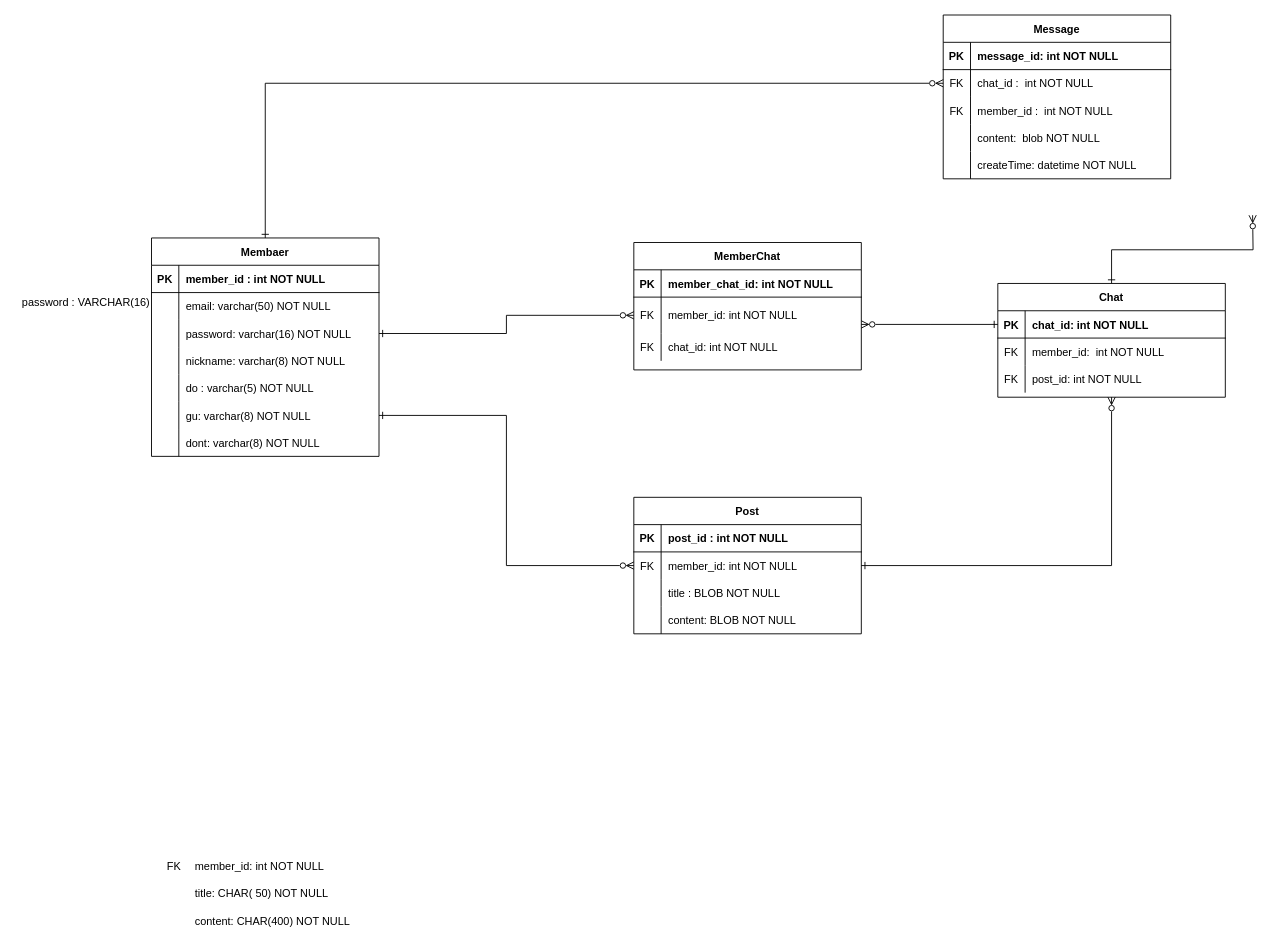
Above: ERD.drawio in rlagudtn/Share (draw.io), before the change. Source tidied: cells renumbered, new cells numbered last; positions are measured from the earlier drawing's top-left corner, leaving out a move shared by most shapes. Both pictures are drawn from the tidied source at 91%, with x=0, y=0 at pixel (15, 15).
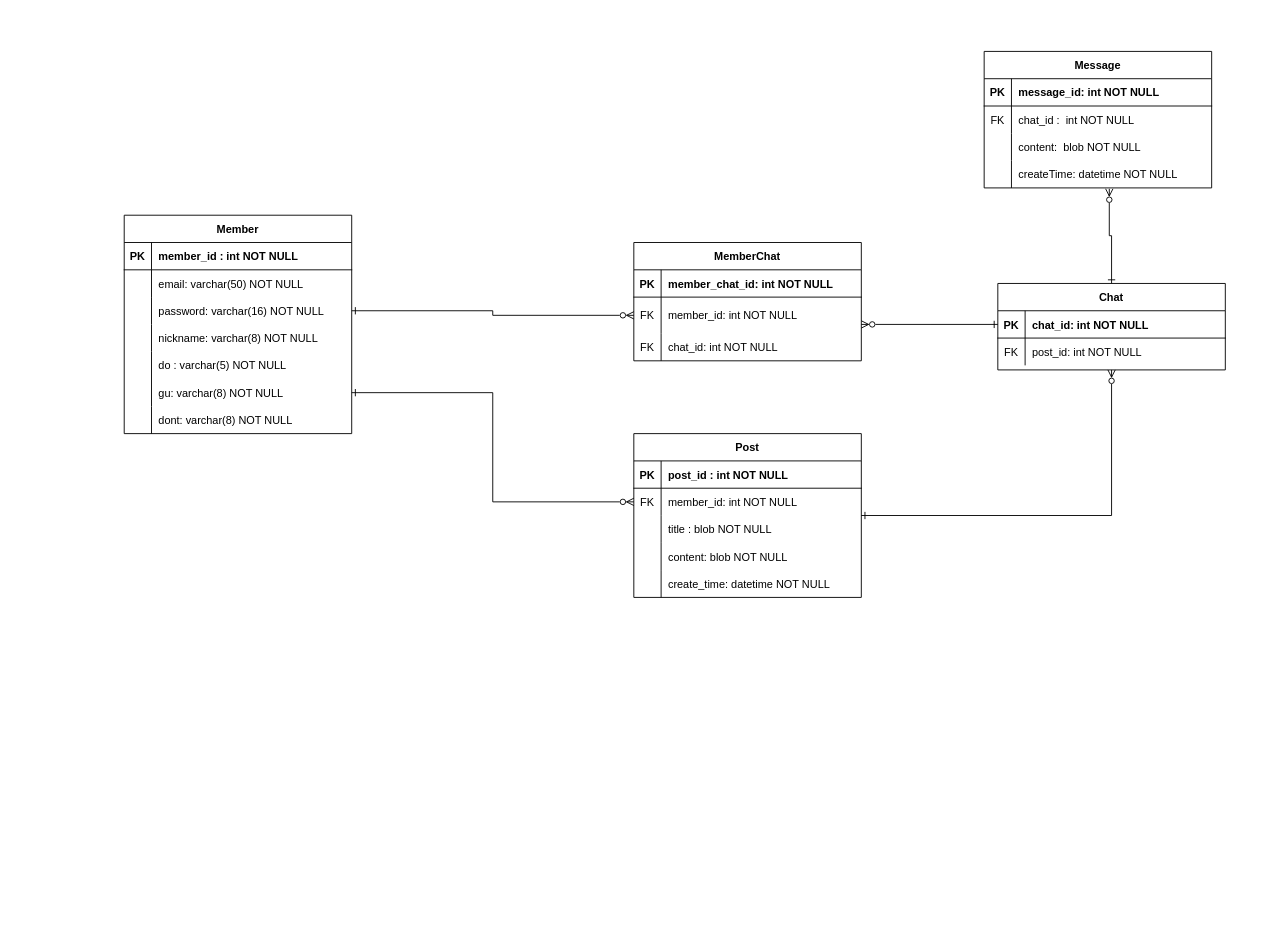
After the change.

The change refers to these unchanged cells:
```xml
<mxCell id="23" style="shape=partialRectangle;fillColor=none;top=0;left=0;right=0;bottom=0;" parent="16" vertex="1">
  <mxGeometry y="90" width="250" height="30" as="geometry" />
</mxCell>
<mxCell id="26" style="shape=partialRectangle;fillColor=none;top=0;left=0;right=0;bottom=0;" parent="16" vertex="1">
  <mxGeometry y="120" width="250" height="30" as="geometry" />
</mxCell>
<mxCell id="33" style="shape=partialRectangle;fillColor=none;points=[[0,0.5],[1,0.5]];portConstraint=eastwest;top=0;left=0;right=0;bottom=0;" parent="29" vertex="1">
  <mxGeometry y="60" width="250" height="30" as="geometry" />
</mxCell>
```

Diff of the diagram source:
```diff
@@
-    <mxCell id="3" style="edgeStyle=orthogonalEdgeStyle;rounded=0;jettySize=auto;html=1;exitX=0.5;exitY=0;exitDx=0;exitDy=0;startArrow=ERone;startFill=0;endArrow=ERzeroToMany;endFill=0;" parent="1" edge="1" source="4">
-      <mxGeometry relative="1" as="geometry">
-        <mxPoint x="1360" y="220" as="targetPoint" />
-      </mxGeometry>
-    </mxCell>
+    <mxCell id="90" style="edgeStyle=orthogonalEdgeStyle;rounded=0;jettySize=auto;html=1;exitX=0.5;exitY=0;exitDx=0;exitDy=0;entryX=0.55;entryY=1.033;entryDx=0;entryDy=0;entryPerimeter=0;startArrow=ERone;startFill=0;endArrow=ERzeroToMany;endFill=0;" parent="1" edge="1" source="4" target="42">
+      <mxGeometry relative="1" as="geometry" />
+    </mxCell>
     <mxCell id="4" value="Chat" style="shape=table;startSize=30;childLayout=tableLayout;rowLines=0;fontStyle=1;align=center;" parent="1" vertex="1">
-      <mxGeometry x="1080" y="295" width="250" height="125" as="geometry" />
+      <mxGeometry x="1080" y="295" width="250" height="95" as="geometry" />
     </mxCell>
@@
-    <mxCell id="8" style="shape=partialRectangle;fillColor=none;top=0;left=0;right=0;bottom=0;" parent="4" vertex="1">
-      <mxGeometry y="60" width="250" height="30" as="geometry" />
-    </mxCell>
-    <mxCell id="9" value="FK" style="shape=partialRectangle;overflow=hidden;fillColor=none;top=0;left=0;bottom=0;right=0;" parent="8" vertex="1">
-      <mxGeometry width="30" height="30" as="geometry" />
-    </mxCell>
-    <mxCell id="10" value="member_id:  int NOT NULL" style="shape=partialRectangle;overflow=hidden;fillColor=none;top=0;left=0;bottom=0;right=0;align=left;spacingLeft=6;" parent="8" vertex="1">
-      <mxGeometry x="30" width="220" height="30" as="geometry" />
-    </mxCell>
     <mxCell id="11" style="shape=partialRectangle;fillColor=none;top=0;left=0;right=0;bottom=0;" parent="4" vertex="1">
-      <mxGeometry y="90" width="250" height="30" as="geometry" />
+      <mxGeometry y="60" width="250" height="30" as="geometry" />
     </mxCell>
@@
-    <mxCell id="14" style="edgeStyle=orthogonalEdgeStyle;rounded=0;jettySize=auto;html=1;exitX=0.5;exitY=0;exitDx=0;exitDy=0;entryX=0;entryY=0.5;entryDx=0;entryDy=0;startArrow=ERone;startFill=0;endArrow=ERzeroToMany;endFill=0;" parent="1" edge="1" source="67" target="33">
-      <mxGeometry relative="1" as="geometry" />
-    </mxCell>
@@
     <mxCell id="16" value="Post" style="shape=table;startSize=30;childLayout=tableLayout;rowLines=0;fontStyle=1;align=center;" parent="1" vertex="1">
-      <mxGeometry x="680" y="530" width="250" height="150" as="geometry" />
+      <mxGeometry x="680" y="460" width="250" height="180" as="geometry" />
     </mxCell>
@@
-    <mxCell id="25" value="title : BLOB NOT NULL" style="shape=partialRectangle;overflow=hidden;fillColor=none;top=0;left=0;bottom=0;right=0;align=left;spacingLeft=6;" parent="23" vertex="1">
+    <mxCell id="25" value="title : blob NOT NULL" style="shape=partialRectangle;overflow=hidden;fillColor=none;top=0;left=0;bottom=0;right=0;align=left;spacingLeft=6;" parent="23" vertex="1">
       <mxGeometry x="30" width="220" height="30" as="geometry" />
     </mxCell>
@@
-    <mxCell id="28" value="content: BLOB NOT NULL" style="shape=partialRectangle;overflow=hidden;fillColor=none;top=0;left=0;bottom=0;right=0;align=left;spacingLeft=6;" parent="26" vertex="1">
+    <mxCell id="28" value="content: blob NOT NULL" style="shape=partialRectangle;overflow=hidden;fillColor=none;top=0;left=0;bottom=0;right=0;align=left;spacingLeft=6;" parent="26" vertex="1">
       <mxGeometry x="30" width="220" height="30" as="geometry" />
     </mxCell>
+    <mxCell id="91" style="shape=partialRectangle;fillColor=none;top=0;left=0;right=0;bottom=0;" parent="16" vertex="1">
+      <mxGeometry y="150" width="250" height="30" as="geometry" />
+    </mxCell>
+    <mxCell id="92" style="shape=partialRectangle;overflow=hidden;fillColor=none;top=0;left=0;bottom=0;right=0;" parent="91" vertex="1">
+      <mxGeometry width="30" height="30" as="geometry" />
+    </mxCell>
+    <mxCell id="93" value="create_time: datetime NOT NULL" style="shape=partialRectangle;overflow=hidden;fillColor=none;top=0;left=0;bottom=0;right=0;align=left;spacingLeft=6;" parent="91" vertex="1">
+      <mxGeometry x="30" width="220" height="30" as="geometry" />
+    </mxCell>
     <mxCell id="29" value="Message" style="shape=table;startSize=30;childLayout=tableLayout;rowLines=0;fontStyle=1;align=center;" parent="1" vertex="1">
-      <mxGeometry x="1020" width="250" height="180" as="geometry" />
+      <mxGeometry x="1065" y="40" width="250" height="150" as="geometry" />
     </mxCell>
@@
-    <mxCell id="36" style="shape=partialRectangle;fillColor=none;top=0;left=0;right=0;bottom=0;" parent="29" vertex="1">
-      <mxGeometry y="90" width="250" height="30" as="geometry" />
-    </mxCell>
-    <mxCell id="37" value="FK" style="shape=partialRectangle;overflow=hidden;fillColor=none;top=0;left=0;bottom=0;right=0;" parent="36" vertex="1">
-      <mxGeometry width="30" height="30" as="geometry" />
-    </mxCell>
-    <mxCell id="38" value="member_id :  int NOT NULL" style="shape=partialRectangle;overflow=hidden;fillColor=none;top=0;left=0;bottom=0;right=0;align=left;spacingLeft=6;" parent="36" vertex="1">
-      <mxGeometry x="30" width="220" height="30" as="geometry" />
-    </mxCell>
     <mxCell id="39" style="shape=partialRectangle;fillColor=none;top=0;left=0;right=0;bottom=0;" parent="29" vertex="1">
-      <mxGeometry y="120" width="250" height="30" as="geometry" />
+      <mxGeometry y="90" width="250" height="30" as="geometry" />
     </mxCell>
@@
     <mxCell id="42" style="shape=partialRectangle;fillColor=none;points=[[0,0.5],[1,0.5]];portConstraint=eastwest;top=0;left=0;right=0;bottom=0;" parent="29" vertex="1">
-      <mxGeometry y="150" width="250" height="30" as="geometry" />
+      <mxGeometry y="120" width="250" height="30" as="geometry" />
     </mxCell>
@@
-    <mxCell id="45" style="shape=partialRectangle;fillColor=none;top=0;left=0;right=0;bottom=0;" parent="1" vertex="1">
-      <mxGeometry x="160" y="950" width="250" height="30" as="geometry" />
-    </mxCell>
-    <mxCell id="46" style="shape=partialRectangle;overflow=hidden;fillColor=none;top=0;left=0;bottom=0;right=0;" parent="45" vertex="1">
-      <mxGeometry width="30" height="30" as="geometry" />
-    </mxCell>
-    <mxCell id="47" value="title: CHAR( 50) NOT NULL" style="shape=partialRectangle;overflow=hidden;fillColor=none;top=0;left=0;bottom=0;right=0;align=left;spacingLeft=6;" parent="45" vertex="1">
-      <mxGeometry x="30" width="220" height="30" as="geometry" />
-    </mxCell>
-    <mxCell id="48" style="shape=partialRectangle;fillColor=none;top=0;left=0;right=0;bottom=0;" parent="1" vertex="1">
-      <mxGeometry x="160" y="980" width="250" height="30" as="geometry" />
-    </mxCell>
-    <mxCell id="49" style="shape=partialRectangle;overflow=hidden;fillColor=none;top=0;left=0;bottom=0;right=0;" parent="48" vertex="1">
-      <mxGeometry width="30" height="30" as="geometry" />
-    </mxCell>
-    <mxCell id="50" value="content: CHAR(400) NOT NULL" style="shape=partialRectangle;overflow=hidden;fillColor=none;top=0;left=0;bottom=0;right=0;align=left;spacingLeft=6;" parent="48" vertex="1">
-      <mxGeometry x="30" width="220" height="30" as="geometry" />
-    </mxCell>
-    <mxCell id="51" style="shape=partialRectangle;fillColor=none;top=0;left=0;right=0;bottom=0;" parent="1" vertex="1">
-      <mxGeometry x="160" y="920" width="250" height="30" as="geometry" />
-    </mxCell>
-    <mxCell id="52" value="FK" style="shape=partialRectangle;overflow=hidden;fillColor=none;top=0;left=0;bottom=0;right=0;" parent="51" vertex="1">
-      <mxGeometry width="30" height="30" as="geometry" />
-    </mxCell>
-    <mxCell id="53" value="member_id: int NOT NULL" style="shape=partialRectangle;overflow=hidden;top=0;left=0;bottom=0;right=0;align=left;spacingLeft=6;gradientColor=none;" parent="51" vertex="1">
-      <mxGeometry x="30" width="220" height="30" as="geometry" />
-    </mxCell>
-    <mxCell id="54" value="password : VARCHAR(16)" style="shape=partialRectangle;overflow=hidden;fillColor=none;top=0;left=0;bottom=0;right=0;align=left;spacingLeft=6;" parent="1" vertex="1">
-      <mxGeometry y="300" width="220" height="30" as="geometry" />
-    </mxCell>
     <mxCell id="55" value="MemberChat" style="shape=table;startSize=30;childLayout=tableLayout;rowLines=0;fontStyle=1;align=center;" parent="1" vertex="1">
-      <mxGeometry x="680" y="250" width="250" height="140" as="geometry" />
+      <mxGeometry x="680" y="250" width="250" height="130" as="geometry" />
     </mxCell>
@@
-    <mxCell id="67" value="Membaer" style="shape=table;startSize=30;childLayout=tableLayout;rowLines=0;fontStyle=1;align=center;" parent="1" vertex="1">
-      <mxGeometry x="150" y="245" width="250" height="240" as="geometry" />
+    <mxCell id="67" value="Member" style="shape=table;startSize=30;childLayout=tableLayout;rowLines=0;fontStyle=1;align=center;" parent="1" vertex="1">
+      <mxGeometry x="120" y="220" width="250" height="240" as="geometry" />
     </mxCell>
```
